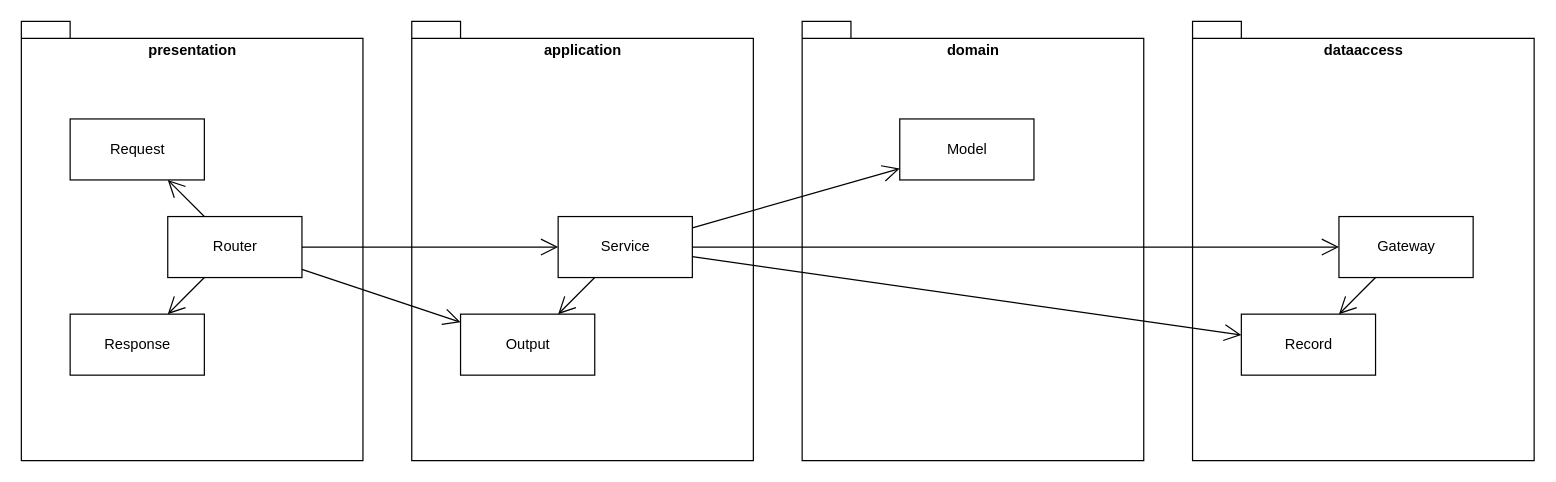
This is docs/architecture.drawio from Masato-210831/Udemy-reverse-webapp, a draw.io file, before an edit. Source tidied: cells renumbered, new cells numbered last; positions are measured from the earlier drawing's top-left corner, leaving out a move shared by most shapes. Both pictures are drawn from the tidied source at 122%, with x=0, y=0 at pixel (21, 21).
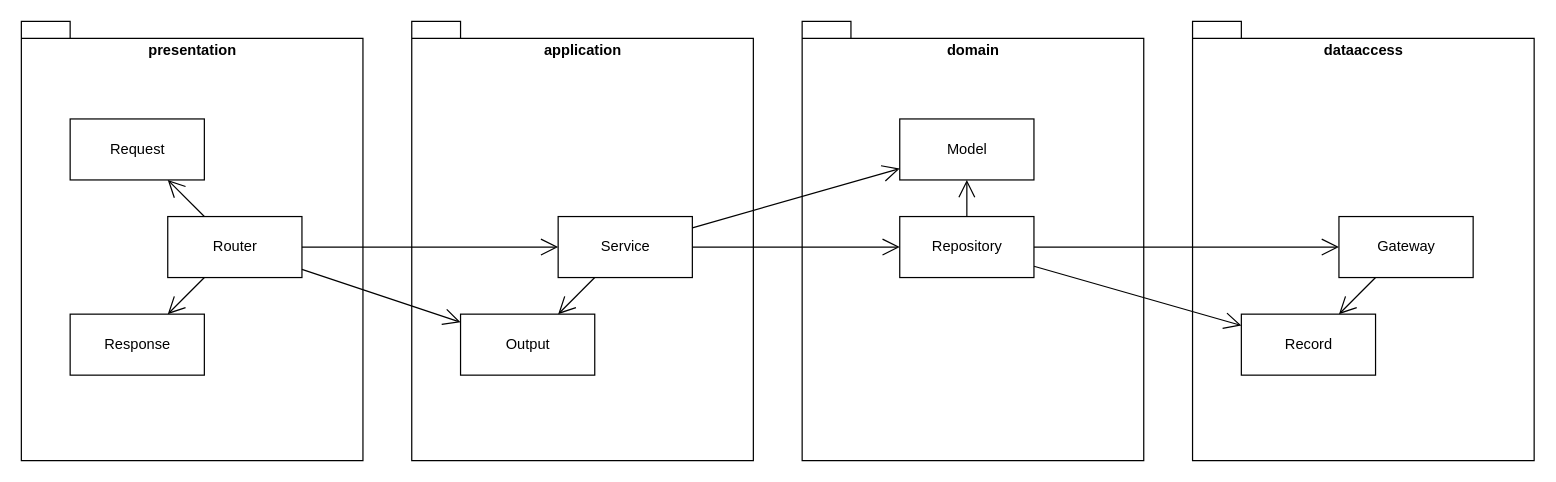
The same page after the edit.

The change refers to these unchanged cells:
```xml
<mxCell id="9" value="Service" style="html=1;" parent="1" vertex="1">
  <mxGeometry x="440" y="160" width="110" height="50" as="geometry" />
</mxCell>
<mxCell id="11" value="Gateway" style="html=1;" parent="1" vertex="1">
  <mxGeometry x="1080" y="160" width="110" height="50" as="geometry" />
</mxCell>
<mxCell id="12" value="Record" style="html=1;" parent="1" vertex="1">
  <mxGeometry x="1000" y="240" width="110" height="50" as="geometry" />
</mxCell>
<mxCell id="21" value="Model" style="html=1;" parent="1" vertex="1">
  <mxGeometry x="720" y="80" width="110" height="50" as="geometry" />
</mxCell>
```

What changed in the source:
```diff
@@
-    <mxCell id="18" style="endArrow=open;endFill=1;endSize=12;html=1;" parent="1" edge="1" source="9" target="12">
+    <mxCell id="18" style="endArrow=open;endFill=1;endSize=12;html=1;" parent="1" edge="1" source="23" target="12">
       <mxGeometry relative="1" as="geometry" />
     </mxCell>
-    <mxCell id="19" style="endArrow=open;endFill=1;endSize=12;html=1;" parent="1" edge="1" source="9" target="11">
+    <mxCell id="19" style="endArrow=open;endFill=1;endSize=12;html=1;" parent="1" edge="1" source="9" target="23">
       <mxGeometry relative="1" as="geometry" />
     </mxCell>
@@
+    <mxCell id="23" value="Repository" style="html=1;" parent="1" vertex="1">
+      <mxGeometry x="720" y="160" width="110" height="50" as="geometry" />
+    </mxCell>
+    <mxCell id="24" style="endArrow=open;endFill=1;endSize=12;html=1;" parent="1" edge="1" source="23" target="11">
+      <mxGeometry relative="1" as="geometry" />
+    </mxCell>
+    <mxCell id="25" style="endArrow=open;endFill=1;endSize=12;html=1;" parent="1" edge="1" source="23" target="21">
+      <mxGeometry relative="1" as="geometry" />
+    </mxCell>
```
